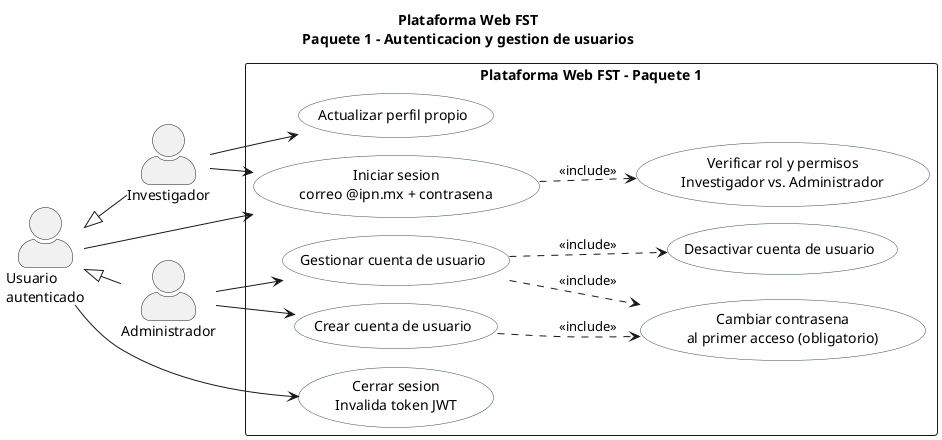
Before: figures/mermaid/cu_paquete1.png, a diagram exported from PlantUML (ErickJester/fst-ai-system-latex).
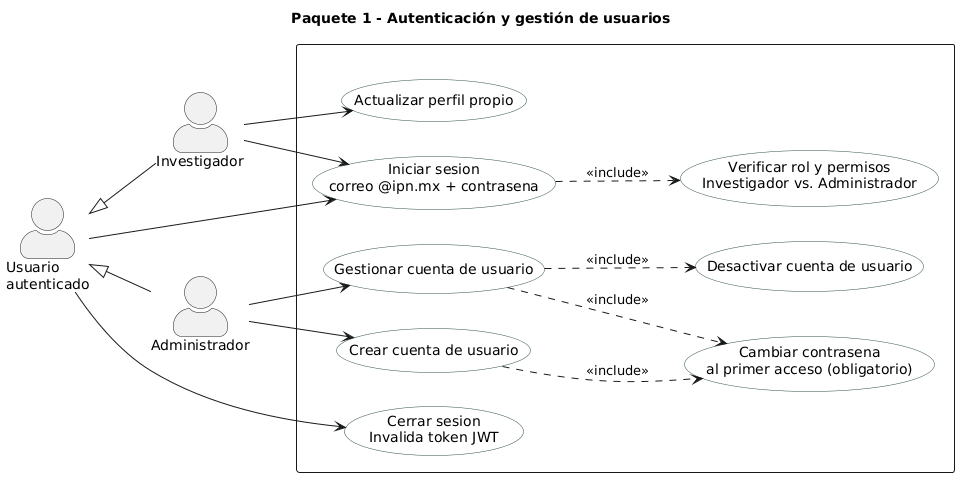
The same file after the commit.

The edit, as a diff of the source:
```diff
@@ -1,6 +1,6 @@
 @startuml
-!pragma layout smetana
-title Plataforma Web FST\nPaquete 1 - Autenticacion y gestion de usuarios
+title Paquete 1 - Autenticación y gestión de usuarios
+
 left to right direction
 skinparam packageStyle rectangle
 skinparam actorStyle awesome
@@ -13,7 +13,7 @@
 actor "Administrador" as ADMIN
 UA <|-- INV
 UA <|-- ADMIN
-rectangle "Plataforma Web FST - Paquete 1" {
+rectangle " " {
   usecase "Iniciar sesion\ncorreo @ipn.mx + contrasena" as UC11
   usecase "Cerrar sesion\nInvalida token JWT" as UC12
   usecase "Verificar rol y permisos\nInvestigador vs. Administrador" as UC14
@@ -23,13 +23,13 @@
   usecase "Actualizar perfil propio" as UC16
   usecase "Crear cuenta de usuario" as UC17
 }
-UA --> UC11
-UA --> UC12
-INV --> UC11
-INV --> UC16
+UA    --> UC11
+UA    --> UC12
+INV   --> UC11
+INV   --> UC16
 ADMIN --> UC15
 ADMIN --> UC17
-UC11 ..> UC14 : <<include>>
+UC11 ..> UC14  : <<include>>
 UC15 ..> UC15a : <<include>>
 UC15 ..> UC15b : <<include>>
 UC17 ..> UC15a : <<include>>
```
